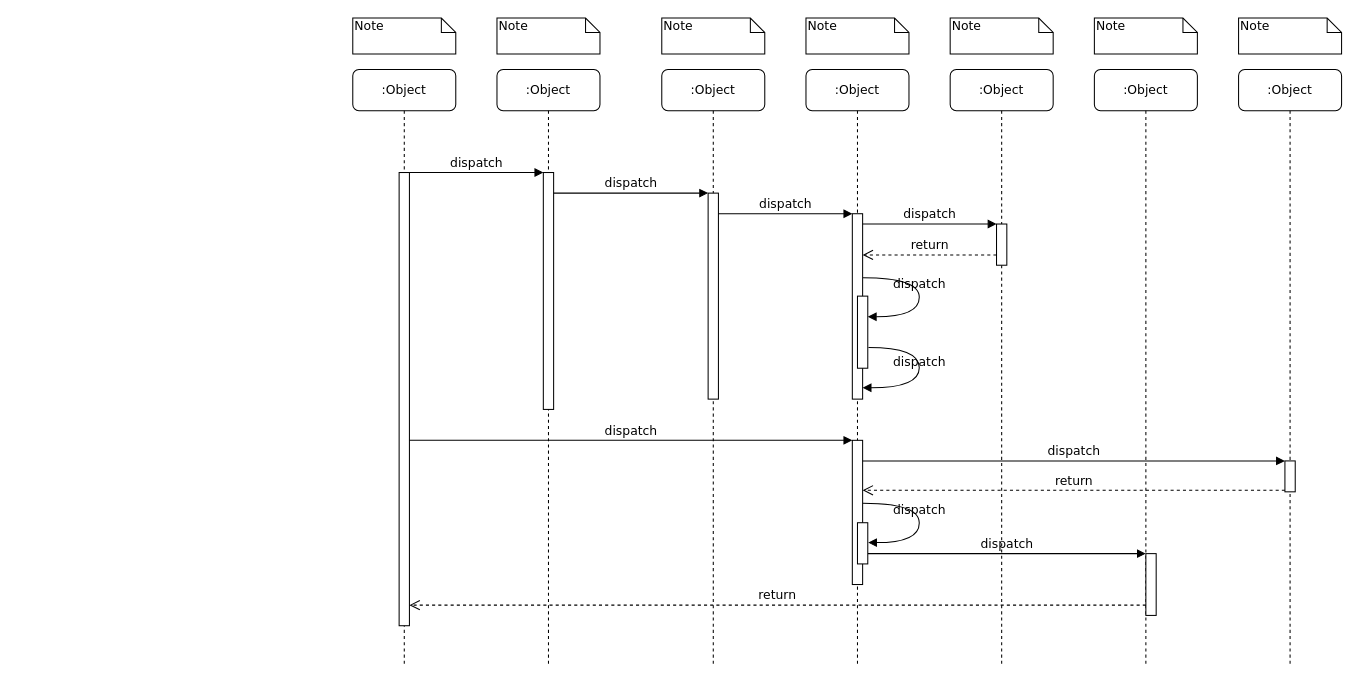
This is squence_diagram_3.drawio from orpax/Materi-Database, a draw.io file, before an edit. Source tidied: cells renumbered, new cells numbered last; positions are measured from the earlier drawing's top-left corner, leaving out a move shared by most shapes. Both pictures are drawn from the tidied source at 103%, with x=0, y=0 at pixel (352, 18).
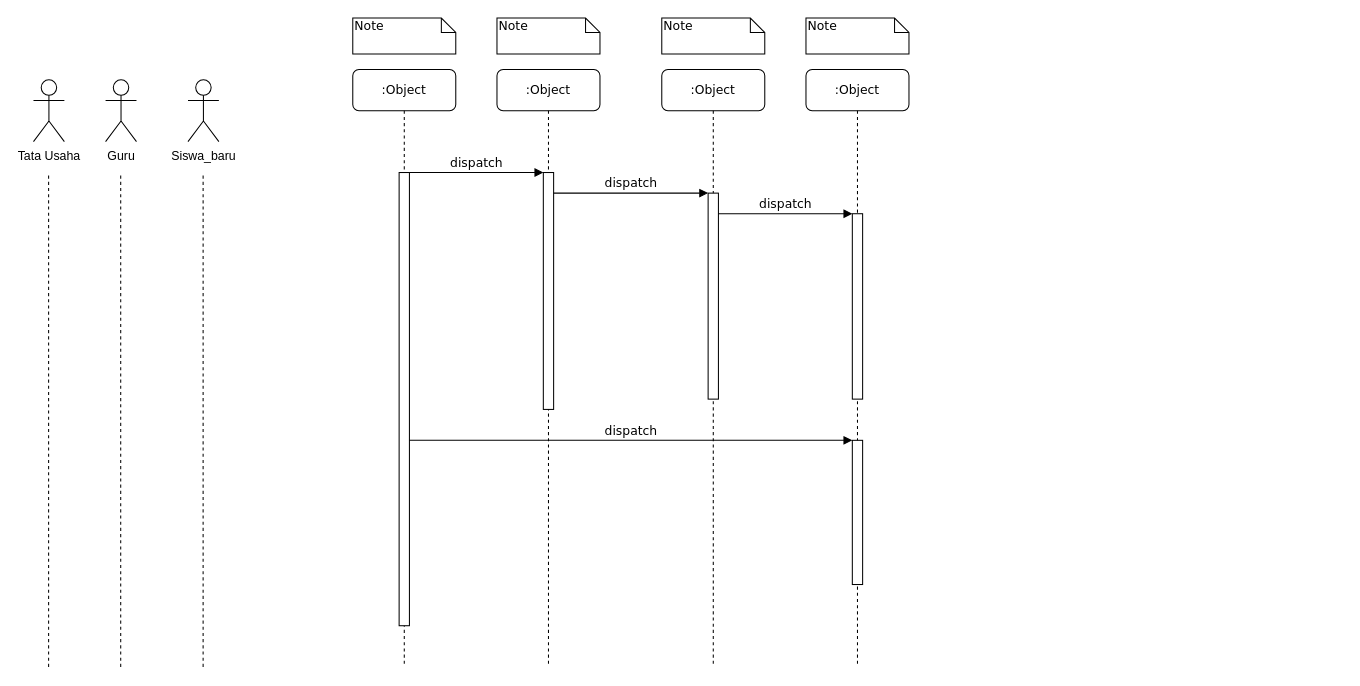
The same diagram, later.

The change refers to these unchanged cells:
```xml
<mxCell id="11" style="html=1;points=[];perimeter=orthogonalPerimeter;rounded=0;shadow=0;comic=0;labelBackgroundColor=none;strokeWidth=1;fontFamily=Verdana;fontSize=12;align=center;" parent="10" vertex="1">
  <mxGeometry x="45" y="100" width="10" height="440" as="geometry" />
</mxCell>
<mxCell id="12" style="html=1;points=[];perimeter=orthogonalPerimeter;rounded=0;shadow=0;comic=0;labelBackgroundColor=none;strokeWidth=1;fontFamily=Verdana;fontSize=12;align=center;" parent="1" vertex="1">
  <mxGeometry x="485" y="190" width="10" height="180" as="geometry" />
</mxCell>
<mxCell id="17" style="html=1;points=[];perimeter=orthogonalPerimeter;rounded=0;shadow=0;comic=0;labelBackgroundColor=none;strokeWidth=1;fontFamily=Verdana;fontSize=12;align=center;" parent="1" vertex="1">
  <mxGeometry x="485" y="410" width="10" height="140" as="geometry" />
</mxCell>
```

Change to the diagram source:
```diff
@@
-    <mxCell id="7" value=":Object" style="shape=umlLifeline;perimeter=lifelinePerimeter;whiteSpace=wrap;html=1;rounded=1;shadow=0;comic=0;labelBackgroundColor=none;strokeWidth=1;fontFamily=Verdana;fontSize=12;align=center;" parent="1" vertex="1">
-      <mxGeometry x="580" y="50" width="100" height="580" as="geometry" />
-    </mxCell>
-    <mxCell id="8" value=":Object" style="shape=umlLifeline;perimeter=lifelinePerimeter;whiteSpace=wrap;html=1;rounded=1;shadow=0;comic=0;labelBackgroundColor=none;strokeWidth=1;fontFamily=Verdana;fontSize=12;align=center;" parent="1" vertex="1">
-      <mxGeometry x="720" y="50" width="100" height="580" as="geometry" />
-    </mxCell>
-    <mxCell id="9" value=":Object" style="shape=umlLifeline;perimeter=lifelinePerimeter;whiteSpace=wrap;html=1;rounded=1;shadow=0;comic=0;labelBackgroundColor=none;strokeWidth=1;fontFamily=Verdana;fontSize=12;align=center;" parent="1" vertex="1">
-      <mxGeometry x="860" y="50" width="100" height="580" as="geometry" />
-    </mxCell>
@@
-    <mxCell id="14" style="html=1;points=[];perimeter=orthogonalPerimeter;rounded=0;shadow=0;comic=0;labelBackgroundColor=none;strokeWidth=1;fontFamily=Verdana;fontSize=12;align=center;" parent="1" vertex="1">
-      <mxGeometry x="625" y="200" width="10" height="40" as="geometry" />
-    </mxCell>
-    <mxCell id="15" value="dispatch" style="html=1;verticalAlign=bottom;endArrow=block;entryX=0;entryY=0;labelBackgroundColor=none;fontFamily=Verdana;fontSize=12;edgeStyle=elbowEdgeStyle;elbow=vertical;" parent="1" edge="1" source="12" target="14">
-      <mxGeometry relative="1" as="geometry" />
-    </mxCell>
-    <mxCell id="16" value="return" style="html=1;verticalAlign=bottom;endArrow=open;dashed=1;endSize=8;labelBackgroundColor=none;fontFamily=Verdana;fontSize=12;edgeStyle=elbowEdgeStyle;elbow=vertical;" parent="1" edge="1" source="14" target="12">
-      <mxGeometry relative="1" as="geometry">
-        <Array as="points">
-          <mxPoint x="570" y="230" />
-          <mxPoint x="600" y="230" />
-        </Array>
-      </mxGeometry>
-    </mxCell>
@@
-    <mxCell id="19" style="html=1;points=[];perimeter=orthogonalPerimeter;rounded=0;shadow=0;comic=0;labelBackgroundColor=none;strokeColor=#000000;strokeWidth=1;fillColor=#FFFFFF;fontFamily=Verdana;fontSize=12;fontColor=#000000;align=center;" parent="1" vertex="1">
-      <mxGeometry x="905" y="430" width="10" height="30" as="geometry" />
-    </mxCell>
-    <mxCell id="20" value="dispatch" style="html=1;verticalAlign=bottom;endArrow=block;entryX=0;entryY=0;labelBackgroundColor=none;fontFamily=Verdana;fontSize=12;" parent="1" edge="1" source="17" target="19">
-      <mxGeometry relative="1" as="geometry" />
-    </mxCell>
-    <mxCell id="21" value="return" style="html=1;verticalAlign=bottom;endArrow=open;dashed=1;endSize=8;exitX=0;exitY=0.95;labelBackgroundColor=none;fontFamily=Verdana;fontSize=12;" parent="1" edge="1" source="19" target="17">
-      <mxGeometry relative="1" as="geometry" />
-    </mxCell>
-    <mxCell id="22" style="html=1;points=[];perimeter=orthogonalPerimeter;rounded=0;shadow=0;comic=0;labelBackgroundColor=none;strokeWidth=1;fontFamily=Verdana;fontSize=12;align=center;" parent="1" vertex="1">
-      <mxGeometry x="770" y="520" width="10" height="60" as="geometry" />
-    </mxCell>
-    <mxCell id="23" value="dispatch" style="html=1;verticalAlign=bottom;endArrow=block;entryX=0;entryY=0;labelBackgroundColor=none;fontFamily=Verdana;fontSize=12;edgeStyle=elbowEdgeStyle;elbow=vertical;" parent="1" edge="1" source="30" target="22">
-      <mxGeometry relative="1" as="geometry" />
-    </mxCell>
-    <mxCell id="24" value="return" style="html=1;verticalAlign=bottom;endArrow=open;dashed=1;endSize=8;labelBackgroundColor=none;fontFamily=Verdana;fontSize=12;edgeStyle=elbowEdgeStyle;elbow=vertical;" parent="1" edge="1" source="22" target="11">
-      <mxGeometry relative="1" as="geometry">
-        <Array as="points">
-          <mxPoint x="470" y="570" />
-        </Array>
-      </mxGeometry>
-    </mxCell>
@@
-    <mxCell id="27" style="html=1;points=[];perimeter=orthogonalPerimeter;rounded=0;shadow=0;comic=0;labelBackgroundColor=none;strokeWidth=1;fontFamily=Verdana;fontSize=12;align=center;" parent="1" vertex="1">
-      <mxGeometry x="490" y="270" width="10" height="70" as="geometry" />
-    </mxCell>
-    <mxCell id="28" value="dispatch" style="html=1;verticalAlign=bottom;endArrow=block;labelBackgroundColor=none;fontFamily=Verdana;fontSize=12;elbow=vertical;edgeStyle=orthogonalEdgeStyle;curved=1;entryX=1;entryY=0.286;entryPerimeter=0;exitX=1.038;exitY=0.345;exitPerimeter=0;" parent="1" edge="1" source="12" target="27">
-      <mxGeometry relative="1" as="geometry">
-        <Array as="points">
-          <mxPoint x="550" y="252" />
-          <mxPoint x="550" y="290" />
-        </Array>
-      </mxGeometry>
-    </mxCell>
-    <mxCell id="29" value="dispatch" style="html=1;verticalAlign=bottom;endArrow=block;labelBackgroundColor=none;fontFamily=Verdana;fontSize=12;elbow=vertical;edgeStyle=orthogonalEdgeStyle;curved=1;exitX=1.066;exitY=0.713;exitPerimeter=0;" parent="1" edge="1" source="27">
-      <mxGeometry relative="1" as="geometry">
-        <mxPoint x="495" y="359" as="targetPoint" />
-        <Array as="points">
-          <mxPoint x="550" y="320" />
-          <mxPoint x="550" y="359" />
-        </Array>
-      </mxGeometry>
-    </mxCell>
-    <mxCell id="30" style="html=1;points=[];perimeter=orthogonalPerimeter;rounded=0;shadow=0;comic=0;labelBackgroundColor=none;strokeWidth=1;fontFamily=Verdana;fontSize=12;align=center;" parent="1" vertex="1">
-      <mxGeometry x="490" y="490" width="10" height="40" as="geometry" />
-    </mxCell>
-    <mxCell id="31" value="dispatch" style="html=1;verticalAlign=bottom;endArrow=block;labelBackgroundColor=none;fontFamily=Verdana;fontSize=12;elbow=vertical;edgeStyle=orthogonalEdgeStyle;curved=1;entryX=1;entryY=0.286;entryPerimeter=0;exitX=1.038;exitY=0.345;exitPerimeter=0;" parent="1" edge="1">
-      <mxGeometry relative="1" as="geometry">
-        <mxPoint x="495.3" y="471" as="sourcePoint" />
-        <mxPoint x="500.3" y="509.3" as="targetPoint" />
-        <Array as="points">
-          <mxPoint x="550" y="471" />
-          <mxPoint x="550" y="509" />
-        </Array>
-      </mxGeometry>
-    </mxCell>
@@
-    <mxCell id="36" value="Note" style="shape=note;whiteSpace=wrap;html=1;size=14;verticalAlign=top;align=left;spacingTop=-6;rounded=0;shadow=0;comic=0;labelBackgroundColor=none;strokeWidth=1;fontFamily=Verdana;fontSize=12;" parent="1" vertex="1">
-      <mxGeometry x="580" width="100" height="35" as="geometry" />
-    </mxCell>
-    <mxCell id="37" value="Note" style="shape=note;whiteSpace=wrap;html=1;size=14;verticalAlign=top;align=left;spacingTop=-6;rounded=0;shadow=0;comic=0;labelBackgroundColor=none;strokeWidth=1;fontFamily=Verdana;fontSize=12;" parent="1" vertex="1">
-      <mxGeometry x="720" width="100" height="35" as="geometry" />
-    </mxCell>
-    <mxCell id="38" value="Note" style="shape=note;whiteSpace=wrap;html=1;size=14;verticalAlign=top;align=left;spacingTop=-6;rounded=0;shadow=0;comic=0;labelBackgroundColor=none;strokeWidth=1;fontFamily=Verdana;fontSize=12;" parent="1" vertex="1">
-      <mxGeometry x="860" width="100" height="35" as="geometry" />
-    </mxCell>
+    <mxCell id="39" style="group;" parent="1" vertex="1">
+      <mxGeometry x="-310" y="60" width="30" height="570" as="geometry" />
+    </mxCell>
+    <mxCell id="40" style="endArrow=none;dashed=1;html=1;rounded=0;" parent="39" edge="1">
+      <mxGeometry relative="1" as="geometry">
+        <mxPoint x="14.7" y="570" as="sourcePoint" />
+        <mxPoint x="14.7" y="90" as="targetPoint" />
+      </mxGeometry>
+    </mxCell>
+    <mxCell id="41" value="Tata Usaha" style="shape=umlActor;verticalLabelPosition=bottom;verticalAlign=top;html=1;" parent="39" vertex="1">
+      <mxGeometry width="30" height="60" as="geometry" />
+    </mxCell>
+    <mxCell id="42" style="group;" parent="1" vertex="1">
+      <mxGeometry x="-240" y="60" width="30" height="570" as="geometry" />
+    </mxCell>
+    <mxCell id="43" style="endArrow=none;dashed=1;html=1;rounded=0;" parent="42" edge="1">
+      <mxGeometry relative="1" as="geometry">
+        <mxPoint x="14.7" y="570" as="sourcePoint" />
+        <mxPoint x="14.7" y="90" as="targetPoint" />
+      </mxGeometry>
+    </mxCell>
+    <mxCell id="44" value="Guru" style="shape=umlActor;verticalLabelPosition=bottom;verticalAlign=top;html=1;" parent="42" vertex="1">
+      <mxGeometry width="30" height="60" as="geometry" />
+    </mxCell>
+    <mxCell id="45" style="group;" parent="1" vertex="1">
+      <mxGeometry x="-160" y="60" width="30" height="570" as="geometry" />
+    </mxCell>
+    <mxCell id="46" style="endArrow=none;dashed=1;html=1;rounded=0;" parent="45" edge="1">
+      <mxGeometry relative="1" as="geometry">
+        <mxPoint x="14.7" y="570" as="sourcePoint" />
+        <mxPoint x="14.7" y="90" as="targetPoint" />
+      </mxGeometry>
+    </mxCell>
+    <mxCell id="47" value="Siswa_baru" style="shape=umlActor;verticalLabelPosition=bottom;verticalAlign=top;html=1;" parent="45" vertex="1">
+      <mxGeometry width="30" height="60" as="geometry" />
+    </mxCell>
```
